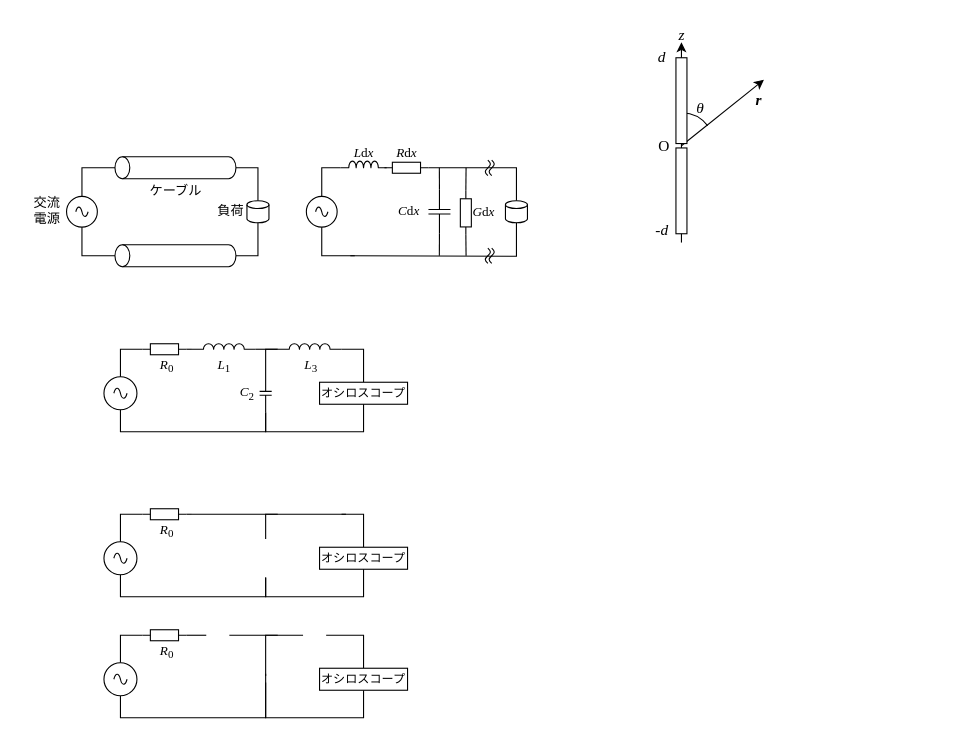
kuma003/physics_experiment_2 keeps this draw.io diagram as 5/img/imgs.drawio. Above is the earlier version. Source tidied: cells renumbered, new cells numbered last; positions are measured from the earlier drawing's top-left corner, leaving out a move shared by most shapes. Both pictures are drawn from the tidied source at 110%, with x=0, y=0 at pixel (19, 19).
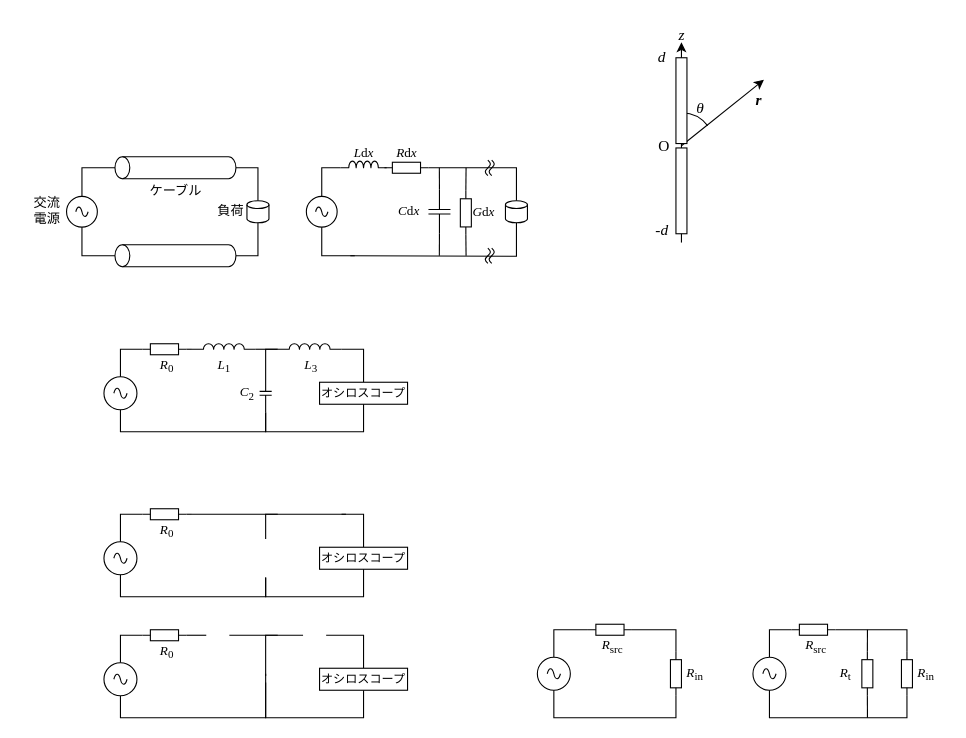
Above is the later version.

The edit, as a diff of the source:
```diff
@@
+    <mxCell id="85" style="edgeStyle=orthogonalEdgeStyle;rounded=0;jettySize=auto;html=1;entryX=0.5;entryY=0;entryDx=0;entryDy=0;entryPerimeter=0;endArrow=none;endFill=0;" parent="1" edge="1" source="88" target="87">
+      <mxGeometry relative="1" as="geometry" />
+    </mxCell>
+    <mxCell id="86" style="rounded=0;jettySize=auto;html=1;exitX=1;exitY=0.5;exitDx=0;exitDy=0;exitPerimeter=0;endArrow=none;endFill=0;entryX=0;entryY=0.5;entryDx=0;entryDy=0;entryPerimeter=0;" parent="1" edge="1" source="88" target="90">
+      <mxGeometry relative="1" as="geometry">
+        <Array as="points">
+          <mxPoint x="597" y="555" />
+        </Array>
+      </mxGeometry>
+    </mxCell>
+    <mxCell id="87" style="verticalLabelPosition=bottom;shadow=0;dashed=0;align=center;html=1;verticalAlign=top;shape=mxgraph.electrical.signal_sources.source;points=[[0.5,0,0],[1,0.5,0],[0.5,1,0],[0,0.5,0]];elSignalType=ac;" parent="1" vertex="1">
+      <mxGeometry x="471" y="580" width="30" height="30" as="geometry" />
+    </mxCell>
+    <mxCell id="88" style="verticalLabelPosition=bottom;shadow=0;dashed=0;align=center;html=1;verticalAlign=top;shape=mxgraph.electrical.resistors.resistor_1;" parent="1" vertex="1">
+      <mxGeometry x="517" y="550" width="40" height="10" as="geometry" />
+    </mxCell>
+    <mxCell id="89" value="&lt;font face=&quot;Times New Roman&quot;&gt;&lt;i&gt;R&lt;/i&gt;&lt;sub&gt;src&lt;/sub&gt;&lt;/font&gt;" style="text;html=1;align=center;verticalAlign=middle;strokeColor=none;fillColor=none;" parent="1" vertex="1">
+      <mxGeometry x="519" y="555" width="40" height="30" as="geometry" />
+    </mxCell>
+    <mxCell id="90" style="verticalLabelPosition=bottom;shadow=0;dashed=0;align=center;html=1;verticalAlign=top;shape=mxgraph.electrical.resistors.resistor_1;rotation=90;" parent="1" vertex="1">
+      <mxGeometry x="577" y="590" width="40" height="10" as="geometry" />
+    </mxCell>
+    <mxCell id="91" value="&lt;font face=&quot;Times New Roman&quot;&gt;&lt;i&gt;R&lt;/i&gt;&lt;sub&gt;in&lt;/sub&gt;&lt;/font&gt;" style="text;html=1;align=center;verticalAlign=middle;strokeColor=none;fillColor=none;" parent="1" vertex="1">
+      <mxGeometry x="594" y="580" width="40" height="30" as="geometry" />
+    </mxCell>
+    <mxCell id="92" style="edgeStyle=orthogonalEdgeStyle;rounded=0;jettySize=auto;html=1;entryX=0.5;entryY=1;entryDx=0;entryDy=0;entryPerimeter=0;endArrow=none;endFill=0;" parent="1" edge="1" source="90" target="87">
+      <mxGeometry relative="1" as="geometry">
+        <Array as="points">
+          <mxPoint x="597" y="635" />
+          <mxPoint x="486" y="635" />
+        </Array>
+      </mxGeometry>
+    </mxCell>
+    <mxCell id="93" style="edgeStyle=orthogonalEdgeStyle;rounded=0;jettySize=auto;html=1;entryX=0.5;entryY=0;entryDx=0;entryDy=0;entryPerimeter=0;endArrow=none;endFill=0;" parent="1" edge="1" source="96" target="95">
+      <mxGeometry relative="1" as="geometry" />
+    </mxCell>
+    <mxCell id="94" style="rounded=0;jettySize=auto;html=1;exitX=1;exitY=0.5;exitDx=0;exitDy=0;exitPerimeter=0;endArrow=none;endFill=0;entryX=0;entryY=0.5;entryDx=0;entryDy=0;entryPerimeter=0;" parent="1" edge="1" source="96" target="98">
+      <mxGeometry relative="1" as="geometry">
+        <Array as="points">
+          <mxPoint x="807" y="555" />
+        </Array>
+      </mxGeometry>
+    </mxCell>
+    <mxCell id="95" style="verticalLabelPosition=bottom;shadow=0;dashed=0;align=center;html=1;verticalAlign=top;shape=mxgraph.electrical.signal_sources.source;points=[[0.5,0,0],[1,0.5,0],[0.5,1,0],[0,0.5,0]];elSignalType=ac;" parent="1" vertex="1">
+      <mxGeometry x="667" y="580" width="30" height="30" as="geometry" />
+    </mxCell>
+    <mxCell id="96" style="verticalLabelPosition=bottom;shadow=0;dashed=0;align=center;html=1;verticalAlign=top;shape=mxgraph.electrical.resistors.resistor_1;" parent="1" vertex="1">
+      <mxGeometry x="702" y="550" width="40" height="10" as="geometry" />
+    </mxCell>
+    <mxCell id="97" value="&lt;font face=&quot;Times New Roman&quot;&gt;&lt;i&gt;R&lt;/i&gt;&lt;sub&gt;src&lt;/sub&gt;&lt;/font&gt;" style="text;html=1;align=center;verticalAlign=middle;strokeColor=none;fillColor=none;" parent="1" vertex="1">
+      <mxGeometry x="704" y="555" width="40" height="30" as="geometry" />
+    </mxCell>
+    <mxCell id="98" style="verticalLabelPosition=bottom;shadow=0;dashed=0;align=center;html=1;verticalAlign=top;shape=mxgraph.electrical.resistors.resistor_1;rotation=90;" parent="1" vertex="1">
+      <mxGeometry x="787" y="590" width="40" height="10" as="geometry" />
+    </mxCell>
+    <mxCell id="99" value="&lt;font face=&quot;Times New Roman&quot;&gt;&lt;i&gt;R&lt;/i&gt;&lt;sub&gt;in&lt;/sub&gt;&lt;/font&gt;" style="text;html=1;align=center;verticalAlign=middle;strokeColor=none;fillColor=none;" parent="1" vertex="1">
+      <mxGeometry x="804" y="580" width="40" height="30" as="geometry" />
+    </mxCell>
+    <mxCell id="100" style="edgeStyle=orthogonalEdgeStyle;rounded=0;jettySize=auto;html=1;entryX=0.5;entryY=1;entryDx=0;entryDy=0;entryPerimeter=0;endArrow=none;endFill=0;" parent="1" edge="1" source="98" target="95">
+      <mxGeometry relative="1" as="geometry">
+        <Array as="points">
+          <mxPoint x="807" y="635" />
+          <mxPoint x="682" y="635" />
+        </Array>
+      </mxGeometry>
+    </mxCell>
+    <mxCell id="101" style="edgeStyle=orthogonalEdgeStyle;rounded=0;jettySize=auto;html=1;exitX=0;exitY=0.5;exitDx=0;exitDy=0;exitPerimeter=0;endArrow=none;endFill=0;" parent="1" edge="1" source="103">
+      <mxGeometry relative="1" as="geometry">
+        <mxPoint x="771.1" y="555" as="targetPoint" />
+      </mxGeometry>
+    </mxCell>
+    <mxCell id="102" style="edgeStyle=orthogonalEdgeStyle;rounded=0;jettySize=auto;html=1;exitX=1;exitY=0.5;exitDx=0;exitDy=0;exitPerimeter=0;endArrow=none;endFill=0;" parent="1" edge="1" source="103">
+      <mxGeometry relative="1" as="geometry">
+        <mxPoint x="771.1" y="635" as="targetPoint" />
+      </mxGeometry>
+    </mxCell>
+    <mxCell id="103" style="verticalLabelPosition=bottom;shadow=0;dashed=0;align=center;html=1;verticalAlign=top;shape=mxgraph.electrical.resistors.resistor_1;rotation=90;" parent="1" vertex="1">
+      <mxGeometry x="751" y="590" width="40" height="10" as="geometry" />
+    </mxCell>
+    <mxCell id="104" value="&lt;font face=&quot;Times New Roman&quot;&gt;&lt;i&gt;R&lt;/i&gt;&lt;sub&gt;t&lt;/sub&gt;&lt;/font&gt;" style="text;html=1;align=center;verticalAlign=middle;strokeColor=none;fillColor=none;" parent="1" vertex="1">
+      <mxGeometry x="736" y="580" width="30" height="30" as="geometry" />
+    </mxCell>
```
